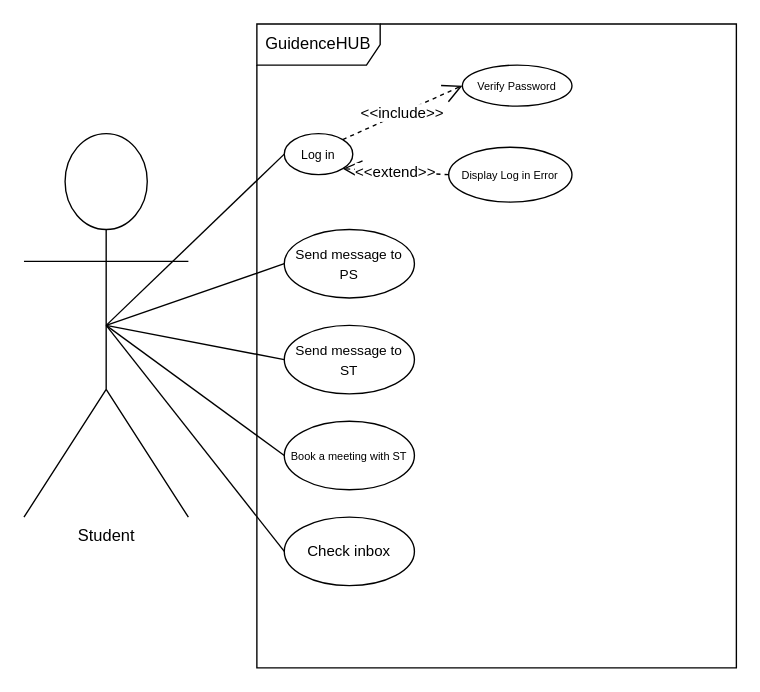
Earlier version of the draw.io diagram DIAGRAMS/Student.drawio (551462-Design-Develop-Deploy-24-25/001-port-individual-software-project-portfolio-MMukhtar1885). Source tidied: cells renumbered, new cells numbered last; positions are measured from the earlier drawing's top-left corner, leaving out a move shared by most shapes. Both pictures are drawn from the tidied source at 137%, with x=0, y=0 at pixel (23, 23).
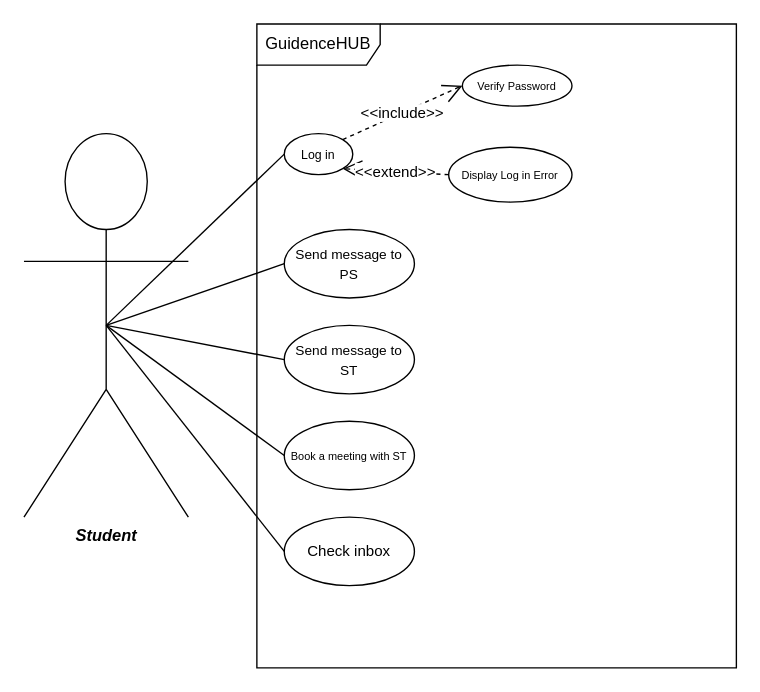
The same page after the edit.

Change to the diagram source:
```diff
@@
 <mxGraphModel>
   <root>
     <mxCell id="0" />
     <mxCell id="1" parent="0" />
     <mxCell id="2" value="GuidenceHUB" style="shape=umlFrame;whiteSpace=wrap;html=1;width=90;height=30;" parent="1" vertex="1">
       <mxGeometry x="170" width="350" height="470" as="geometry" />
     </mxCell>
-    <mxCell id="3" value="Student" style="shape=umlActor;verticalLabelPosition=bottom;verticalAlign=top;html=1;" parent="1" vertex="1">
+    <mxCell id="3" value="&lt;font style=&quot;font-size: 12px;&quot;&gt;&lt;b&gt;&lt;i&gt;Student&lt;/i&gt;&lt;/b&gt;&lt;/font&gt;" style="shape=umlActor;verticalLabelPosition=bottom;verticalAlign=top;html=1;" parent="1" vertex="1">
       <mxGeometry y="80" width="120" height="280" as="geometry" />
     </mxCell>
     <mxCell id="4" value="&lt;font style=&quot;font-size: 9px;&quot;&gt;Log in&lt;/font&gt;" style="ellipse;whiteSpace=wrap;html=1;" parent="1" vertex="1">
       <mxGeometry x="190" y="80" width="50" height="30" as="geometry" />
     </mxCell>
     <mxCell id="5" value="&lt;font style=&quot;font-size: 8px;&quot;&gt;Verify Password&lt;/font&gt;" style="ellipse;whiteSpace=wrap;html=1;" parent="1" vertex="1">
       <mxGeometry x="320" y="30" width="80" height="30" as="geometry" />
     </mxCell>
     <mxCell id="6" value="&lt;font style=&quot;font-size: 8px;&quot;&gt;Display Log in Error&lt;/font&gt;" style="ellipse;whiteSpace=wrap;html=1;" parent="1" vertex="1">
       <mxGeometry x="310" y="90" width="90" height="40" as="geometry" />
     </mxCell>
     <mxCell id="7" value="&amp;lt;&amp;lt;include&amp;gt;&amp;gt;" style="endArrow=open;endSize=12;dashed=1;html=1;rounded=0;exitX=1;exitY=0;exitDx=0;exitDy=0;entryX=0;entryY=0.5;entryDx=0;entryDy=0;" parent="1" edge="1" source="4" target="5">
       <mxGeometry relative="1" as="geometry" />
     </mxCell>
     <mxCell id="8" value="&amp;lt;&amp;lt;extend&amp;gt;&amp;gt;" style="endArrow=open;endSize=12;dashed=1;html=1;rounded=0;exitX=0;exitY=0.5;exitDx=0;exitDy=0;entryX=1;entryY=1;entryDx=0;entryDy=0;" parent="1" edge="1" source="6" target="4">
       <mxGeometry relative="1" as="geometry" />
     </mxCell>
     <mxCell id="9" style="endArrow=none;html=1;rounded=0;exitX=0.5;exitY=0.5;exitDx=0;exitDy=0;exitPerimeter=0;entryX=0;entryY=0.5;entryDx=0;entryDy=0;" parent="1" edge="1" source="3" target="4">
       <mxGeometry relative="1" as="geometry" />
     </mxCell>
     <mxCell id="10" style="endArrow=none;html=1;rounded=0;exitX=0.5;exitY=0.5;exitDx=0;exitDy=0;exitPerimeter=0;entryX=0;entryY=0.5;entryDx=0;entryDy=0;" parent="1" edge="1" source="3" target="13">
       <mxGeometry relative="1" as="geometry" />
     </mxCell>
     <mxCell id="11" style="endArrow=none;html=1;rounded=0;exitX=0.5;exitY=0.5;exitDx=0;exitDy=0;exitPerimeter=0;entryX=0;entryY=0.5;entryDx=0;entryDy=0;" parent="1" edge="1" source="3" target="14">
       <mxGeometry relative="1" as="geometry" />
     </mxCell>
     <mxCell id="12" style="endArrow=none;html=1;rounded=0;exitX=0.5;exitY=0.5;exitDx=0;exitDy=0;exitPerimeter=0;entryX=0;entryY=0.5;entryDx=0;entryDy=0;" parent="1" edge="1" source="3" target="15">
       <mxGeometry relative="1" as="geometry" />
     </mxCell>
     <mxCell id="13" value="&lt;font style=&quot;font-size: 10px;&quot;&gt;Send message to PS&lt;/font&gt;" style="ellipse;whiteSpace=wrap;html=1;" parent="1" vertex="1">
       <mxGeometry x="190" y="150" width="95" height="50" as="geometry" />
     </mxCell>
     <mxCell id="14" value="&lt;font style=&quot;font-size: 10px;&quot;&gt;Send message to ST&lt;/font&gt;" style="ellipse;whiteSpace=wrap;html=1;" parent="1" vertex="1">
       <mxGeometry x="190" y="220" width="95" height="50" as="geometry" />
     </mxCell>
     <mxCell id="15" value="&lt;font style=&quot;font-size: 8px;&quot;&gt;Book a meeting with ST&lt;/font&gt;" style="ellipse;whiteSpace=wrap;html=1;" parent="1" vertex="1">
       <mxGeometry x="190" y="290" width="95" height="50" as="geometry" />
     </mxCell>
     <mxCell id="16" style="endArrow=none;html=1;rounded=0;entryX=0;entryY=0.5;entryDx=0;entryDy=0;exitX=0.5;exitY=0.5;exitDx=0;exitDy=0;exitPerimeter=0;" parent="1" edge="1" source="3" target="17">
       <mxGeometry relative="1" as="geometry" />
     </mxCell>
     <mxCell id="17" value="&lt;font style=&quot;font-size: 11px;&quot;&gt;Check inbox&lt;/font&gt;" style="ellipse;whiteSpace=wrap;html=1;" parent="1" vertex="1">
       <mxGeometry x="190" y="360" width="95" height="50" as="geometry" />
     </mxCell>
   </root>
 </mxGraphModel>
```
